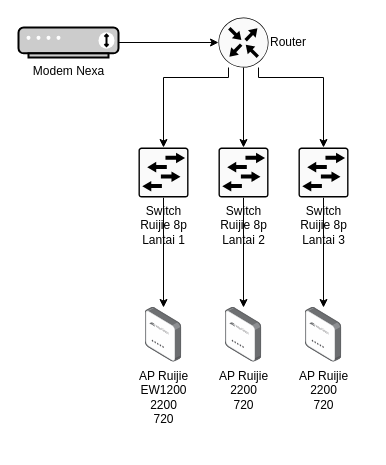
Before: Topologi Kos Mbak Novi.drawio in hnkzf/topologi-site, a draw.io diagram. Source tidied: cells renumbered, new cells numbered last; positions are measured from the earlier drawing's top-left corner, leaving out a move shared by most shapes. Both pictures are drawn from the tidied source at 100%, with x=0, y=0 at pixel (18, 17).
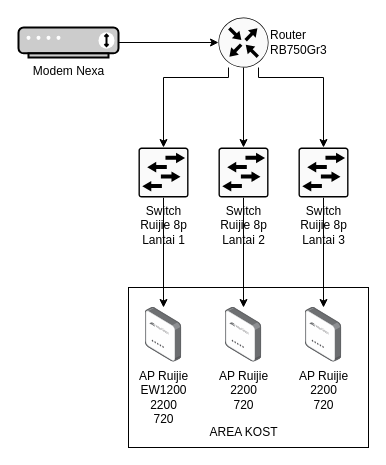
Above is the later version.

Diff of the diagram source:
```diff
@@
+    <mxCell id="17" style="rounded=0;whiteSpace=wrap;html=1;" parent="1" vertex="1">
+      <mxGeometry x="110" y="270" width="240" height="160" as="geometry" />
+    </mxCell>
-    <mxCell id="2" value="Router" style="sketch=0;points=[[0.5,0,0],[1,0.5,0],[0.5,1,0],[0,0.5,0],[0.145,0.145,0],[0.8555,0.145,0],[0.855,0.8555,0],[0.145,0.855,0]];verticalLabelPosition=middle;html=1;verticalAlign=middle;align=left;shape=mxgraph.cisco19.rect;prIcon=router;fillColor=#FAFAFA;strokeColor=#000000;labelPosition=right;" parent="1" vertex="1">
+    <mxCell id="2" value="Router&lt;div&gt;RB750Gr3&lt;/div&gt;" style="sketch=0;points=[[0.5,0,0],[1,0.5,0],[0.5,1,0],[0,0.5,0],[0.145,0.145,0],[0.8555,0.145,0],[0.855,0.8555,0],[0.145,0.855,0]];verticalLabelPosition=middle;html=1;verticalAlign=middle;align=left;shape=mxgraph.cisco19.rect;prIcon=router;fillColor=#FAFAFA;strokeColor=#000000;labelPosition=right;" parent="1" vertex="1">
       <mxGeometry x="200" width="50" height="50" as="geometry" />
     </mxCell>
@@
+    <mxCell id="18" value="AREA KOST" style="text;html=1;align=center;verticalAlign=middle;strokeColor=none;fillColor=none;" parent="1" vertex="1">
+      <mxGeometry x="180" y="400" width="90" height="30" as="geometry" />
+    </mxCell>
```
